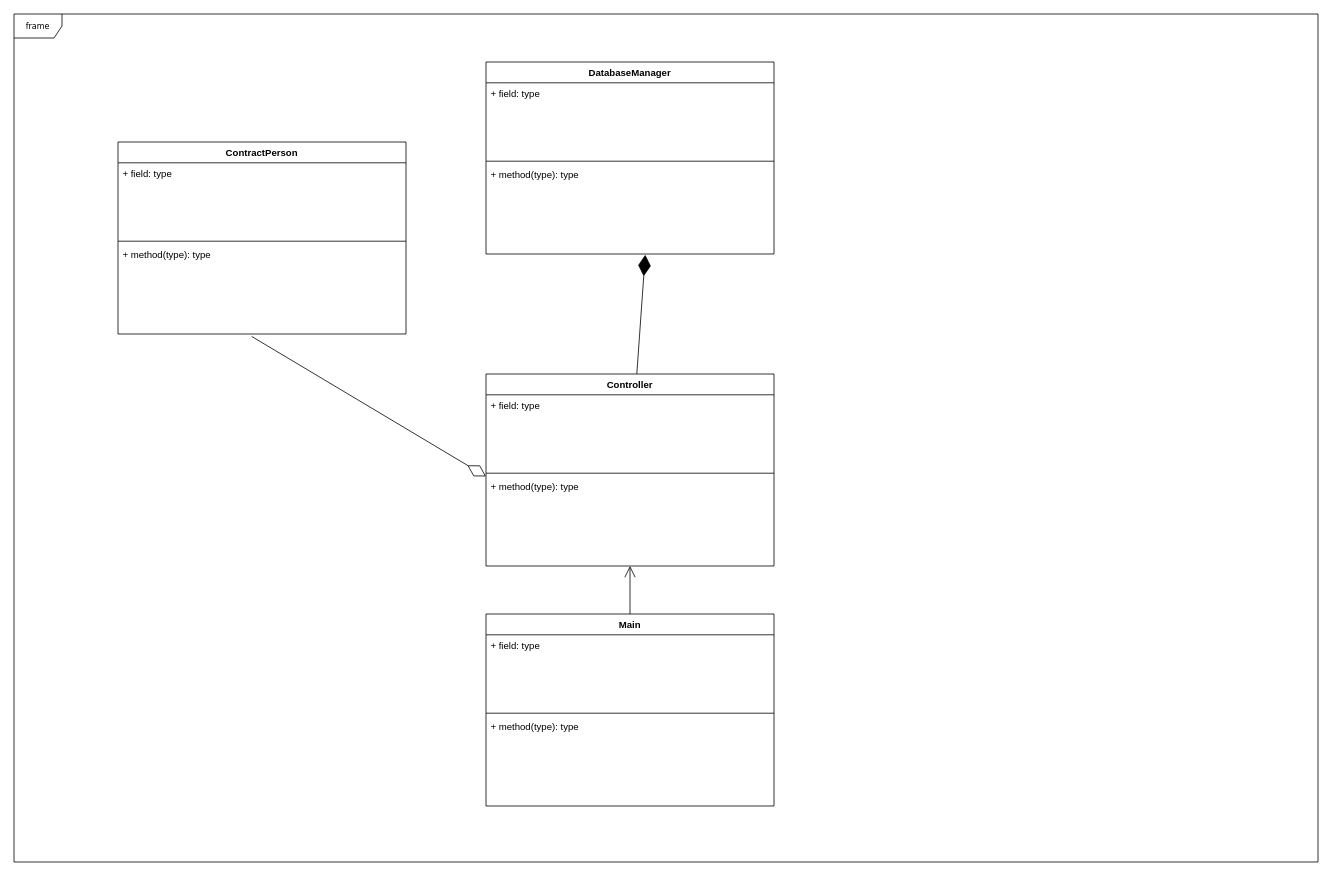
Above: src/Class_Diagram.drawio in andreasvogt89/TopRente (draw.io), before the change. Source tidied: cells renumbered, new cells numbered last; positions are measured from the earlier drawing's top-left corner, leaving out a move shared by most shapes. Both pictures are drawn from the tidied source at 80%, with x=0, y=0 at pixel (14, 14).
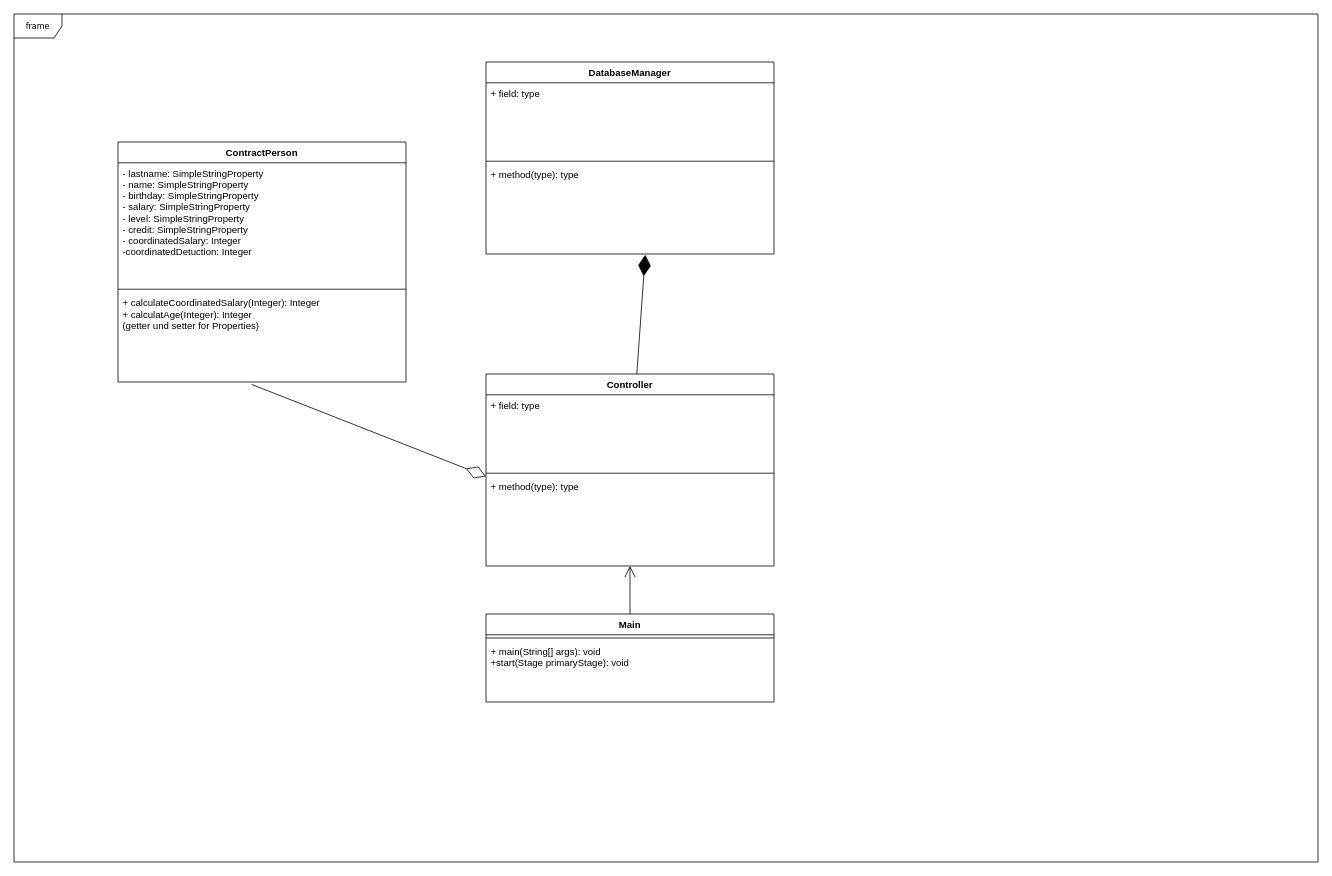
Above is the later version.

Diff of the diagram source:
```diff
@@
     <mxCell id="3" value="ContractPerson" style="swimlane;fontStyle=1;align=center;verticalAlign=top;horizontal=1;startSize=26;" parent="1" vertex="1">
-      <mxGeometry x="130" y="160" width="360" height="240" as="geometry" />
+      <mxGeometry x="130" y="160" width="360" height="300" as="geometry" />
     </mxCell>
-    <mxCell id="4" value="+ field: type" style="text;strokeColor=none;fillColor=none;align=left;verticalAlign=top;spacingLeft=4;spacingRight=4;overflow=hidden;" parent="3" vertex="1">
-      <mxGeometry y="26" width="360" height="94" as="geometry" />
+    <mxCell id="4" value="- lastname: SimpleStringProperty&#10;- name: SimpleStringProperty&#10;- birthday: SimpleStringProperty&#10;- salary: SimpleStringProperty&#10;- level: SimpleStringProperty&#10;- credit: SimpleStringProperty&#10;- coordinatedSalary: Integer&#10;-coordinatedDetuction: Integer&#10; &#10; &#10; &#10; " style="text;strokeColor=none;fillColor=none;align=left;verticalAlign=top;spacingLeft=4;spacingRight=4;overflow=hidden;" parent="3" vertex="1">
+      <mxGeometry y="26" width="360" height="154" as="geometry" />
     </mxCell>
     <mxCell id="5" style="line;strokeWidth=1;fillColor=none;align=left;verticalAlign=middle;spacingTop=-1;spacingLeft=3;spacingRight=3;labelPosition=right;" parent="3" vertex="1">
-      <mxGeometry y="120" width="360" height="8" as="geometry" />
+      <mxGeometry y="180" width="360" height="8" as="geometry" />
     </mxCell>
-    <mxCell id="6" value="+ method(type): type" style="text;strokeColor=none;fillColor=none;align=left;verticalAlign=top;spacingLeft=4;spacingRight=4;overflow=hidden;points=[[0,0.5],[1,0.5]];portConstraint=eastwest;" parent="3" vertex="1">
-      <mxGeometry y="128" width="360" height="112" as="geometry" />
+    <mxCell id="6" value="+ calculateCoordinatedSalary(Integer): Integer&#10;+ calculatAge(Integer): Integer&#10;(getter und setter for Properties)" style="text;strokeColor=none;fillColor=none;align=left;verticalAlign=top;spacingLeft=4;spacingRight=4;overflow=hidden;points=[[0,0.5],[1,0.5]];portConstraint=eastwest;" parent="3" vertex="1">
+      <mxGeometry y="188" width="360" height="112" as="geometry" />
     </mxCell>
     <mxCell id="7" value="Main" style="swimlane;fontStyle=1;align=center;verticalAlign=top;horizontal=1;startSize=26;" parent="1" vertex="1">
-      <mxGeometry x="590" y="750" width="360" height="240" as="geometry" />
+      <mxGeometry x="590" y="750" width="360" height="110" as="geometry" />
     </mxCell>
-    <mxCell id="8" value="+ field: type" style="text;strokeColor=none;fillColor=none;align=left;verticalAlign=top;spacingLeft=4;spacingRight=4;overflow=hidden;" parent="7" vertex="1">
-      <mxGeometry y="26" width="360" height="94" as="geometry" />
-    </mxCell>
     <mxCell id="9" style="line;strokeWidth=1;fillColor=none;align=left;verticalAlign=middle;spacingTop=-1;spacingLeft=3;spacingRight=3;labelPosition=right;" parent="7" vertex="1">
-      <mxGeometry y="120" width="360" height="8" as="geometry" />
+      <mxGeometry y="26" width="360" height="8" as="geometry" />
     </mxCell>
-    <mxCell id="10" value="+ method(type): type" style="text;strokeColor=none;fillColor=none;align=left;verticalAlign=top;spacingLeft=4;spacingRight=4;overflow=hidden;" parent="7" vertex="1">
-      <mxGeometry y="128" width="360" height="112" as="geometry" />
+    <mxCell id="10" value="+ main(String[] args): void&#10;+start(Stage primaryStage): void&#10;" style="text;strokeColor=none;fillColor=none;align=left;verticalAlign=top;spacingLeft=4;spacingRight=4;overflow=hidden;" parent="7" vertex="1">
+      <mxGeometry y="34" width="360" height="76" as="geometry" />
     </mxCell>
```
